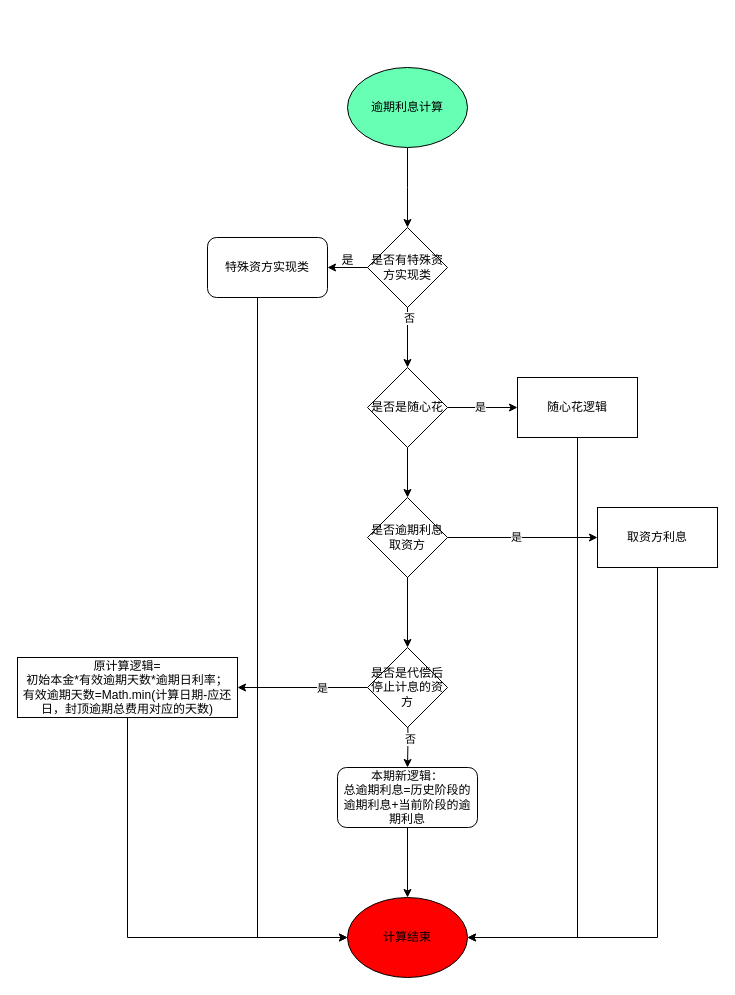
The draw.io diagram 代偿后不停止计息的逾期利息计算.drawio in guoZD/draw, before the edit. Source tidied: cells renumbered, new cells numbered last; positions are measured from the earlier drawing's top-left corner, leaving out a move shared by most shapes. Both pictures are drawn from the tidied source at 100%, with x=0, y=0 at pixel (17, 67).
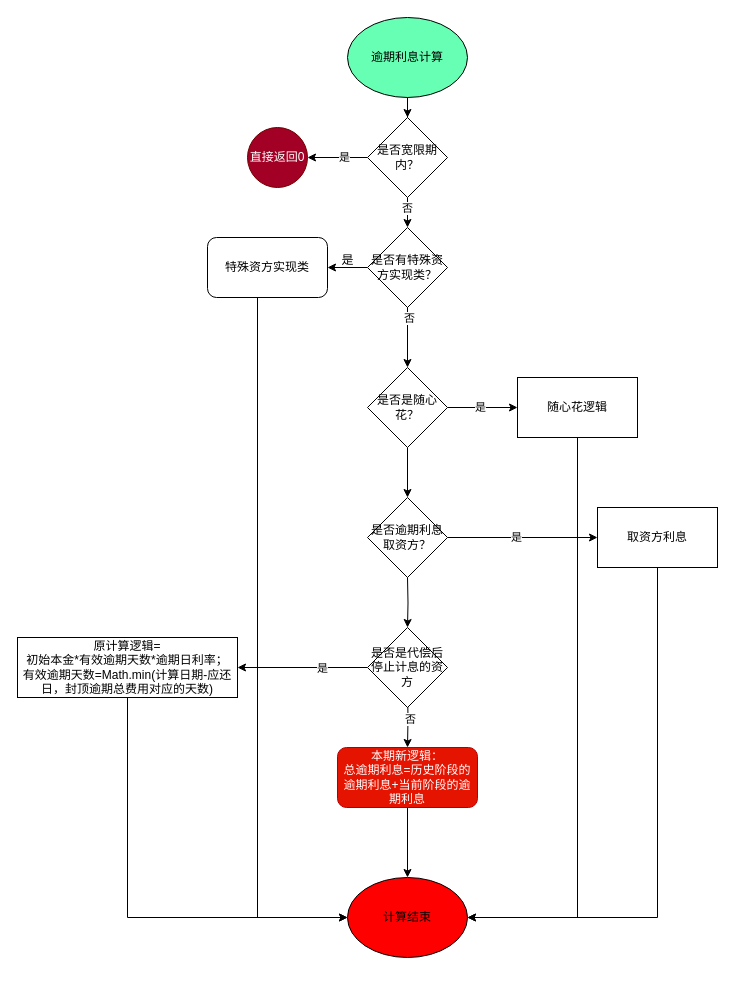
After the change.

Commit message:
更新代偿后不停止计息的逾期利息计算.drawio

Unchanged cells that the change refers to:
```xml
<mxCell id="15" value="特殊资方实现类" style="rounded=1;whiteSpace=wrap;html=1;" parent="1" vertex="1">
  <mxGeometry x="190" y="170" width="120" height="60" as="geometry" />
</mxCell>
<mxCell id="23" value="随心花逻辑" style="whiteSpace=wrap;html=1;" parent="1" vertex="1">
  <mxGeometry x="500" y="310" width="120" height="60" as="geometry" />
</mxCell>
<mxCell id="29" value="取资方利息" style="whiteSpace=wrap;html=1;" parent="1" vertex="1">
  <mxGeometry x="580" y="440" width="120" height="60" as="geometry" />
</mxCell>
```

Change to the diagram source:
```diff
@@
-    <mxCell id="2" style="edgeStyle=orthogonalEdgeStyle;rounded=0;jettySize=auto;html=1;" parent="1" edge="1" source="3">
-      <mxGeometry relative="1" as="geometry">
-        <mxPoint x="390" y="160" as="targetPoint" />
-      </mxGeometry>
-    </mxCell>
+    <mxCell id="35" style="edgeStyle=orthogonalEdgeStyle;rounded=0;jettySize=auto;html=1;" parent="1" edge="1" source="3" target="41">
+      <mxGeometry relative="1" as="geometry" />
+    </mxCell>
     <mxCell id="3" value="逾期利息计算" style="ellipse;whiteSpace=wrap;html=1;fillColor=#66FFB3;" parent="1" vertex="1">
-      <mxGeometry x="330" width="120" height="80" as="geometry" />
+      <mxGeometry x="330" y="-50" width="120" height="80" as="geometry" />
     </mxCell>
@@
-    <mxCell id="6" style="edgeStyle=orthogonalEdgeStyle;rounded=0;orthogonalLoop=1;jettySize=auto;html=1;" parent="1" edge="1">
-      <mxGeometry relative="1" as="geometry">
-        <mxPoint x="390" y="500" as="sourcePoint" />
-        <mxPoint x="390" y="580" as="targetPoint" />
-      </mxGeometry>
-    </mxCell>
     <mxCell id="7" style="edgeStyle=orthogonalEdgeStyle;rounded=0;jettySize=auto;html=1;" parent="1" edge="1" target="10">
       <mxGeometry relative="1" as="geometry">
-        <mxPoint x="390" y="640" as="sourcePoint" />
+        <mxPoint x="390" y="620" as="sourcePoint" />
       </mxGeometry>
     </mxCell>
@@
-    <mxCell id="10" value="本期新逻辑：&lt;br&gt;&lt;div&gt;&lt;span style=&quot;background-color: initial;&quot;&gt;总&lt;/span&gt;&lt;span style=&quot;background-color: initial;&quot;&gt;逾期利息=历史阶段的逾期利息+当前阶段的逾期利息&lt;/span&gt;&lt;/div&gt;" style="rounded=1;whiteSpace=wrap;html=1;" parent="1" vertex="1">
-      <mxGeometry x="320" y="700" width="140" height="60" as="geometry" />
+    <mxCell id="10" value="本期新逻辑：&lt;br&gt;&lt;div&gt;&lt;span style=&quot;background-color: initial;&quot;&gt;总&lt;/span&gt;&lt;span style=&quot;background-color: initial;&quot;&gt;逾期利息=历史阶段的逾期利息+当前阶段的逾期利息&lt;/span&gt;&lt;/div&gt;" style="rounded=1;whiteSpace=wrap;html=1;fillColor=#e51400;fontColor=#ffffff;strokeColor=#B20000;" parent="1" vertex="1">
+      <mxGeometry x="320" y="680" width="140" height="60" as="geometry" />
     </mxCell>
     <mxCell id="11" value="计算结束" style="ellipse;whiteSpace=wrap;html=1;fillColor=#FF0000;" parent="1" vertex="1">
-      <mxGeometry x="330" y="830" width="120" height="80" as="geometry" />
+      <mxGeometry x="330" y="810" width="120" height="80" as="geometry" />
     </mxCell>
@@
-    <mxCell id="13" value="是否有特殊资方实现类" style="rhombus;whiteSpace=wrap;html=1;" parent="1" vertex="1">
+    <mxCell id="13" value="是否有特殊资方实现类？" style="rhombus;whiteSpace=wrap;html=1;" parent="1" vertex="1">
       <mxGeometry x="350" y="160" width="80" height="80" as="geometry" />
     </mxCell>
     <mxCell id="14" style="edgeStyle=orthogonalEdgeStyle;rounded=0;jettySize=auto;html=1;entryX=0;entryY=0.5;entryDx=0;entryDy=0;" parent="1" edge="1" source="15" target="11">
       <mxGeometry relative="1" as="geometry">
         <Array as="points">
-          <mxPoint x="240" y="870" />
+          <mxPoint x="240" y="850" />
         </Array>
       </mxGeometry>
     </mxCell>
@@
-    <mxCell id="21" value="是否是随心花" style="rhombus;whiteSpace=wrap;html=1;" parent="1" vertex="1">
+    <mxCell id="21" value="是否是随心花？" style="rhombus;whiteSpace=wrap;html=1;" parent="1" vertex="1">
       <mxGeometry x="350" y="300" width="80" height="80" as="geometry" />
     </mxCell>
     <mxCell id="22" style="edgeStyle=orthogonalEdgeStyle;rounded=0;jettySize=auto;html=1;entryX=1;entryY=0.5;entryDx=0;entryDy=0;" parent="1" edge="1" source="23" target="11">
       <mxGeometry relative="1" as="geometry">
         <Array as="points">
-          <mxPoint x="560" y="870" />
+          <mxPoint x="560" y="850" />
         </Array>
       </mxGeometry>
     </mxCell>
@@
-    <mxCell id="27" value="是否逾期利息取资方" style="rhombus;whiteSpace=wrap;html=1;" parent="1" vertex="1">
+    <mxCell id="27" value="是否逾期利息取资方？" style="rhombus;whiteSpace=wrap;html=1;" parent="1" vertex="1">
       <mxGeometry x="350" y="430" width="80" height="80" as="geometry" />
     </mxCell>
     <mxCell id="28" style="edgeStyle=orthogonalEdgeStyle;rounded=0;jettySize=auto;html=1;exitX=0.5;exitY=1;exitDx=0;exitDy=0;entryX=1;entryY=0.5;entryDx=0;entryDy=0;" parent="1" edge="1" source="29" target="11">
       <mxGeometry relative="1" as="geometry">
         <Array as="points">
-          <mxPoint x="640" y="870" />
+          <mxPoint x="640" y="850" />
         </Array>
       </mxGeometry>
     </mxCell>
@@
     <mxCell id="32" value="是否是代偿后停止计息的资方" style="rhombus;whiteSpace=wrap;html=1;" parent="1" vertex="1">
-      <mxGeometry x="350" y="580" width="80" height="80" as="geometry" />
+      <mxGeometry x="350" y="560" width="80" height="80" as="geometry" />
     </mxCell>
     <mxCell id="33" style="edgeStyle=orthogonalEdgeStyle;rounded=0;jettySize=auto;html=1;entryX=0;entryY=0.5;entryDx=0;entryDy=0;" parent="1" edge="1" source="34" target="11">
       <mxGeometry relative="1" as="geometry">
         <Array as="points">
-          <mxPoint x="110" y="870" />
+          <mxPoint x="110" y="850" />
         </Array>
       </mxGeometry>
     </mxCell>
     <mxCell id="34" value="原计算逻辑=&lt;div&gt;初始本金*有效逾期天数*逾期日利率；&lt;/div&gt;&lt;div&gt;有效逾期天数=Math.min(计算日期-应还日，封顶逾期总费用对应的天数)&lt;/div&gt;" style="whiteSpace=wrap;html=1;" parent="1" vertex="1">
-      <mxGeometry y="590" width="220" height="60" as="geometry" />
+      <mxGeometry y="570" width="220" height="60" as="geometry" />
     </mxCell>
+    <mxCell id="36" style="edgeStyle=orthogonalEdgeStyle;rounded=0;jettySize=auto;html=1;exitX=0.5;exitY=1;exitDx=0;exitDy=0;" parent="1" edge="1" target="32">
+      <mxGeometry relative="1" as="geometry">
+        <mxPoint x="390" y="510" as="sourcePoint" />
+      </mxGeometry>
+    </mxCell>
+    <mxCell id="37" style="edgeStyle=orthogonalEdgeStyle;rounded=0;jettySize=auto;html=1;" parent="1" edge="1" source="41" target="13">
+      <mxGeometry relative="1" as="geometry" />
+    </mxCell>
+    <mxCell id="38" value="否" style="edgeLabel;html=1;align=center;verticalAlign=middle;" parent="37" vertex="1">
+      <mxGeometry x="0.2" y="-1" relative="1" as="geometry" />
+    </mxCell>
+    <mxCell id="39" style="edgeStyle=orthogonalEdgeStyle;rounded=0;jettySize=auto;html=1;" parent="1" edge="1" source="41">
+      <mxGeometry relative="1" as="geometry">
+        <mxPoint x="290" y="90" as="targetPoint" />
+      </mxGeometry>
+    </mxCell>
+    <mxCell id="40" value="是" style="edgeLabel;html=1;align=center;verticalAlign=middle;" parent="39" vertex="1">
+      <mxGeometry x="-0.2" y="-1" relative="1" as="geometry" />
+    </mxCell>
+    <mxCell id="41" value="是否宽限期内？" style="rhombus;whiteSpace=wrap;html=1;" parent="1" vertex="1">
+      <mxGeometry x="350" y="50" width="80" height="80" as="geometry" />
+    </mxCell>
+    <mxCell id="42" value="直接返回0" style="ellipse;whiteSpace=wrap;html=1;fillColor=#a20025;strokeColor=#6F0000;fontColor=#ffffff;" parent="1" vertex="1">
+      <mxGeometry x="230" y="60" width="60" height="60" as="geometry" />
+    </mxCell>
```
